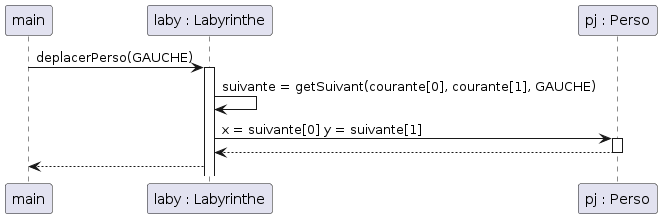
Above: documents/version_1/diag_seq_perso-gauche.png in remi-choffat/2024_Zeldiablo_remi-choffat_Cesareuh_katrinltvnv (PlantUML), before the change. Source of this version:
```plantuml
@startuml
participant main
participant laby as "laby : Labyrinthe"
participant pj as "pj : Perso"
main -> laby : deplacerPerso(GAUCHE)
activate laby
laby -> laby : suivante = getSuivant(courante[0], courante[1], GAUCHE)
laby -> pj : x = suivante[0] y = suivante[1]
activate pj
pj --> laby
deactivate pj
laby --> main
@enduml
```
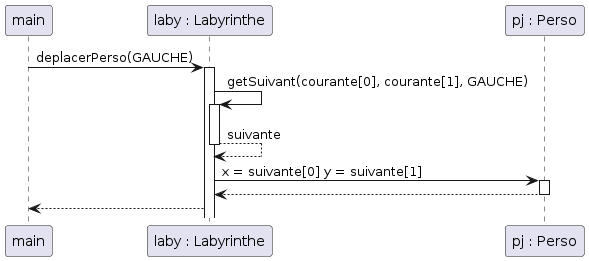
Later version of the same file.

Commit message:
Modification du diagramme de seq et correction des commentaires

Diff of the diagram source:
```diff
@@ -4,7 +4,10 @@
 participant pj as "pj : Perso"
 main -> laby : deplacerPerso(GAUCHE)
 activate laby
-laby -> laby : suivante = getSuivant(courante[0], courante[1], GAUCHE)
+laby -> laby : getSuivant(courante[0], courante[1], GAUCHE)
+activate laby
+laby --> laby : suivante
+deactivate laby
 laby -> pj : x = suivante[0] y = suivante[1]
 activate pj
 pj --> laby
```
